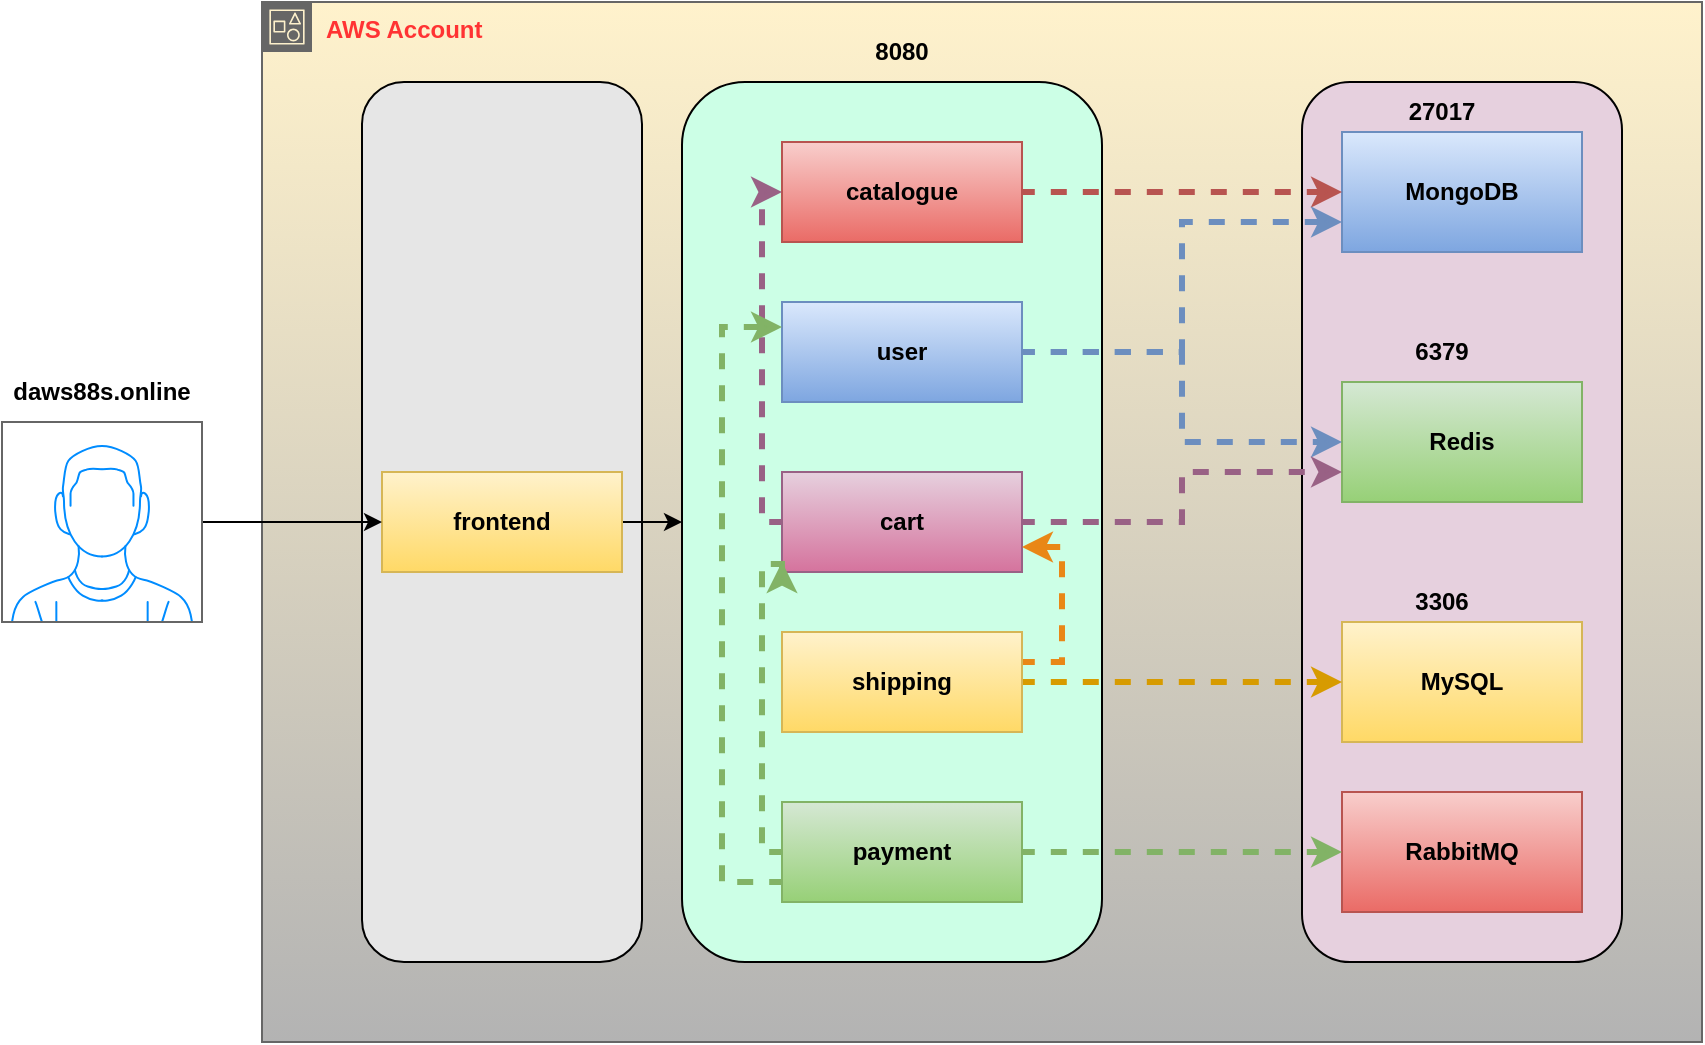
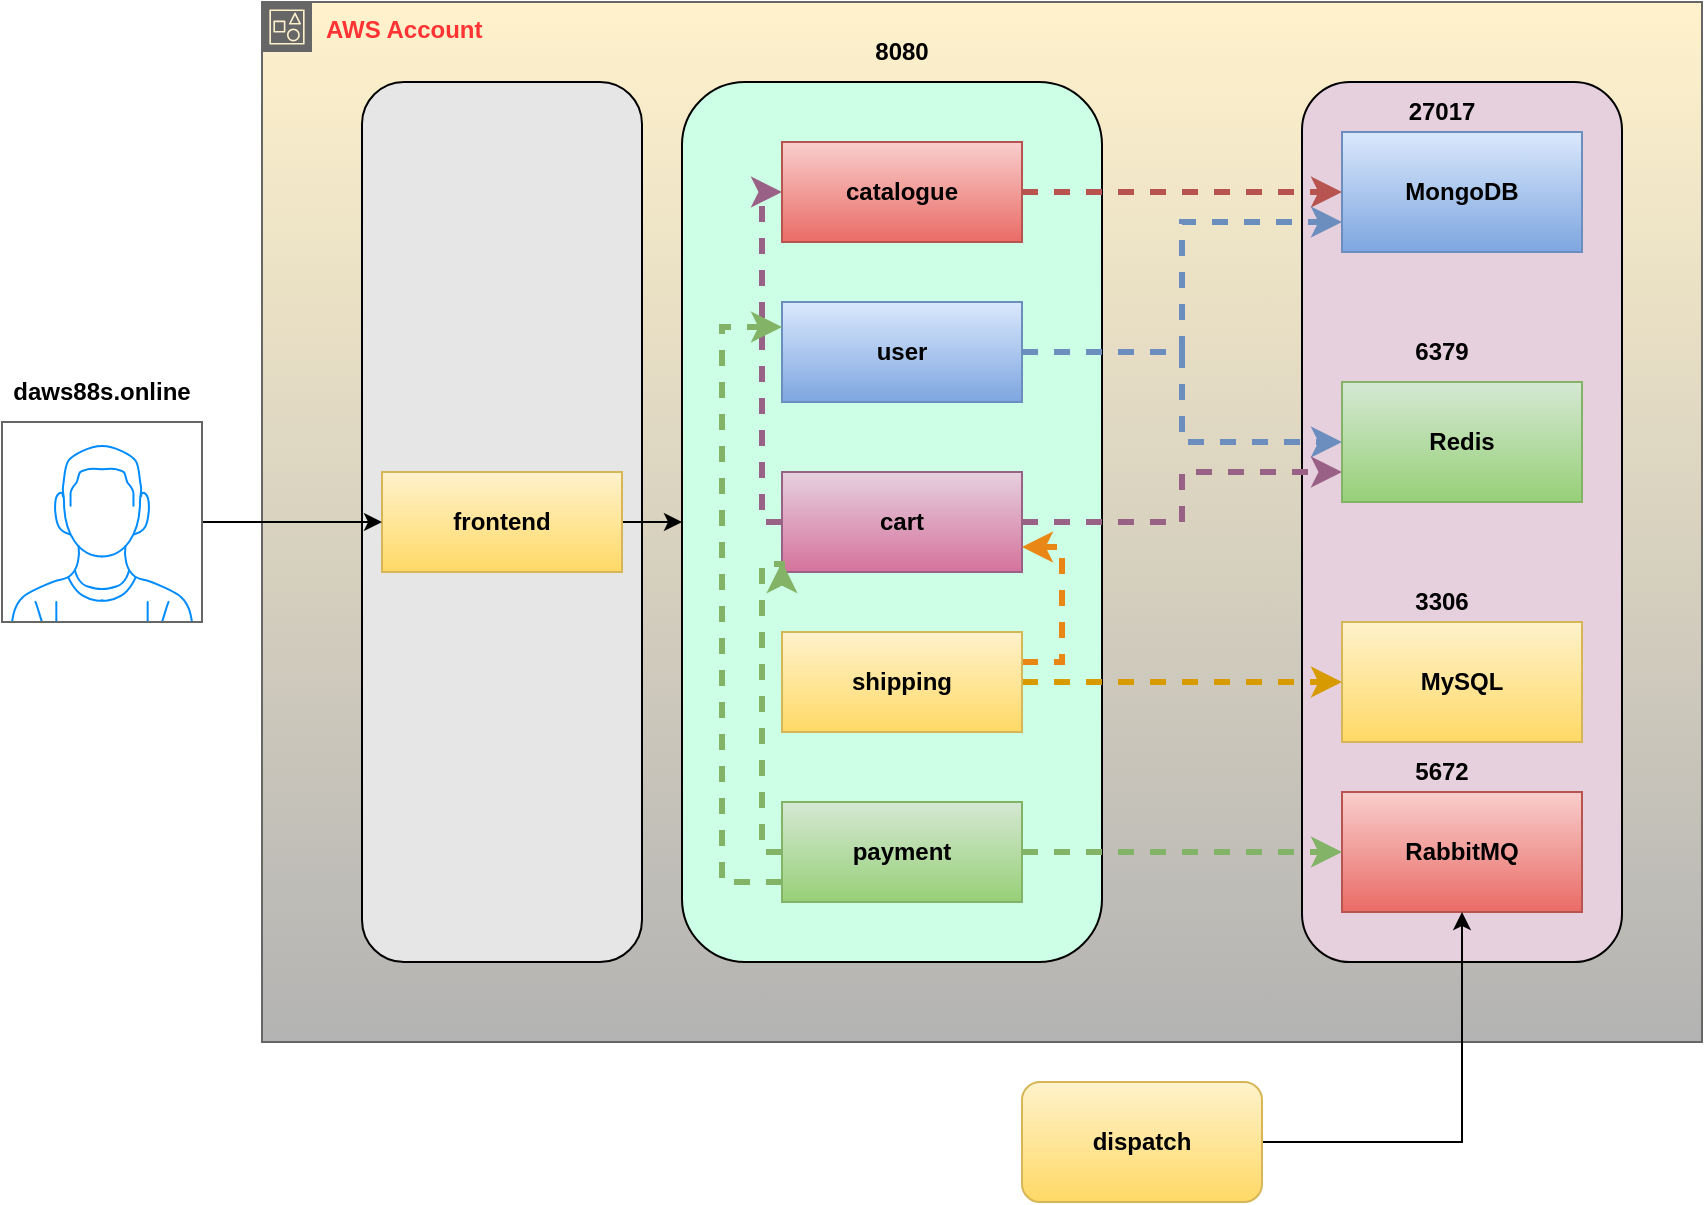
<mxfile host="app.diagrams.net">
  <diagram name="Page-1" id="Q6cz7BkPUwo_-6Wd6KmI">
    <mxGraphModel dx="1880" dy="561" grid="1" gridSize="10" guides="1" tooltips="1" connect="1" arrows="1" fold="1" page="1" pageScale="1" pageWidth="850" pageHeight="1100" math="0" shadow="0">
      <root>
        <mxCell id="0" />
        <mxCell id="1" parent="0" />
        <mxCell id="yFfX2jkDVjn8zwZhOsyz-1" parent="1" style="points=[[0,0],[0.25,0],[0.5,0],[0.75,0],[1,0],[1,0.25],[1,0.5],[1,0.75],[1,1],[0.75,1],[0.5,1],[0.25,1],[0,1],[0,0.75],[0,0.5],[0,0.25]];outlineConnect=0;gradientColor=#b3b3b3;html=1;whiteSpace=wrap;fontSize=12;fontStyle=0;container=1;pointerEvents=0;collapsible=0;recursiveResize=0;shape=mxgraph.aws4.group;grIcon=mxgraph.aws4.group_account;strokeColor=#666666;fillColor=#FFF2CC;verticalAlign=top;align=left;spacingLeft=30;dashed=0;" value="&lt;b&gt;&lt;font style=&quot;color: rgb(255, 51, 51);&quot;&gt;AWS &lt;font style=&quot;color: rgb(255, 51, 51);&quot;&gt;Account&lt;/font&gt;&lt;/font&gt;&lt;/b&gt;" vertex="1">
          <mxGeometry height="520" width="720" x="80" y="40" as="geometry" />
        </mxCell>
        <mxCell id="raT2pW5ffItR5NzOQVXY-1" parent="yFfX2jkDVjn8zwZhOsyz-1" style="rounded=1;whiteSpace=wrap;html=1;fillColor=#E6D0DE;" value="" vertex="1">
          <mxGeometry height="440" width="160" x="520" y="40" as="geometry" />
        </mxCell>
        <mxCell id="raT2pW5ffItR5NzOQVXY-2" parent="yFfX2jkDVjn8zwZhOsyz-1" style="rounded=0;whiteSpace=wrap;html=1;fillColor=#dae8fc;gradientColor=#7ea6e0;strokeColor=#6c8ebf;" value="&lt;b&gt;MongoDB&lt;/b&gt;" vertex="1">
          <mxGeometry height="60" width="120" x="540" y="65" as="geometry" />
        </mxCell>
        <mxCell id="raT2pW5ffItR5NzOQVXY-3" parent="yFfX2jkDVjn8zwZhOsyz-1" style="rounded=0;whiteSpace=wrap;html=1;fillColor=#d5e8d4;gradientColor=#97d077;strokeColor=#82b366;" value="&lt;b&gt;Redis&lt;/b&gt;" vertex="1">
          <mxGeometry height="60" width="120" x="540" y="190" as="geometry" />
        </mxCell>
        <mxCell id="raT2pW5ffItR5NzOQVXY-4" parent="yFfX2jkDVjn8zwZhOsyz-1" style="rounded=0;whiteSpace=wrap;html=1;fillColor=#fff2cc;gradientColor=#ffd966;strokeColor=#d6b656;" value="&lt;b&gt;MySQL&lt;/b&gt;" vertex="1">
          <mxGeometry height="60" width="120" x="540" y="310" as="geometry" />
        </mxCell>
        <mxCell id="raT2pW5ffItR5NzOQVXY-5" parent="yFfX2jkDVjn8zwZhOsyz-1" style="rounded=0;whiteSpace=wrap;html=1;fillColor=#f8cecc;gradientColor=#ea6b66;strokeColor=#b85450;" value="&lt;b&gt;RabbitMQ&lt;/b&gt;" vertex="1">
          <mxGeometry height="60" width="120" x="540" y="395" as="geometry" />
        </mxCell>
        <mxCell id="raT2pW5ffItR5NzOQVXY-6" parent="yFfX2jkDVjn8zwZhOsyz-1" style="rounded=1;whiteSpace=wrap;html=1;fillColor=#CCFFE6;" value="" vertex="1">
          <mxGeometry height="440" width="210" x="210" y="40" as="geometry" />
        </mxCell>
        <mxCell id="raT2pW5ffItR5NzOQVXY-14" edge="1" parent="yFfX2jkDVjn8zwZhOsyz-1" source="raT2pW5ffItR5NzOQVXY-7" style="edgeStyle=orthogonalEdgeStyle;rounded=0;orthogonalLoop=1;jettySize=auto;html=1;fillColor=#f8cecc;gradientColor=#ea6b66;strokeColor=#b85450;strokeWidth=3;flowAnimation=1;" target="raT2pW5ffItR5NzOQVXY-2">
          <mxGeometry relative="1" as="geometry" />
        </mxCell>
        <mxCell id="raT2pW5ffItR5NzOQVXY-7" parent="yFfX2jkDVjn8zwZhOsyz-1" style="rounded=0;whiteSpace=wrap;html=1;fillColor=#f8cecc;gradientColor=#ea6b66;strokeColor=#b85450;" value="&lt;b&gt;catalogue&lt;/b&gt;" vertex="1">
          <mxGeometry height="50" width="120" x="260" y="70" as="geometry" />
        </mxCell>
        <mxCell id="raT2pW5ffItR5NzOQVXY-19" edge="1" parent="yFfX2jkDVjn8zwZhOsyz-1" source="raT2pW5ffItR5NzOQVXY-8" style="edgeStyle=orthogonalEdgeStyle;rounded=0;orthogonalLoop=1;jettySize=auto;html=1;entryX=0;entryY=0.5;entryDx=0;entryDy=0;fillColor=#dae8fc;gradientColor=#7ea6e0;strokeColor=#6c8ebf;strokeWidth=3;flowAnimation=1;" target="raT2pW5ffItR5NzOQVXY-3">
          <mxGeometry relative="1" as="geometry" />
        </mxCell>
        <mxCell id="raT2pW5ffItR5NzOQVXY-23" edge="1" parent="yFfX2jkDVjn8zwZhOsyz-1" source="raT2pW5ffItR5NzOQVXY-8" style="edgeStyle=orthogonalEdgeStyle;rounded=0;orthogonalLoop=1;jettySize=auto;html=1;entryX=0;entryY=0.75;entryDx=0;entryDy=0;fillColor=#dae8fc;gradientColor=#7ea6e0;strokeColor=#6c8ebf;strokeWidth=3;flowAnimation=1;" target="raT2pW5ffItR5NzOQVXY-2">
          <mxGeometry relative="1" as="geometry" />
        </mxCell>
        <mxCell id="raT2pW5ffItR5NzOQVXY-8" parent="yFfX2jkDVjn8zwZhOsyz-1" style="rounded=0;whiteSpace=wrap;html=1;fillColor=#dae8fc;gradientColor=#7ea6e0;strokeColor=#6c8ebf;" value="&lt;b&gt;user&lt;/b&gt;" vertex="1">
          <mxGeometry height="50" width="120" x="260" y="150" as="geometry" />
        </mxCell>
        <mxCell id="raT2pW5ffItR5NzOQVXY-24" edge="1" parent="yFfX2jkDVjn8zwZhOsyz-1" source="raT2pW5ffItR5NzOQVXY-9" style="edgeStyle=orthogonalEdgeStyle;rounded=0;orthogonalLoop=1;jettySize=auto;html=1;entryX=0;entryY=0.75;entryDx=0;entryDy=0;fillColor=#e6d0de;gradientColor=#d5739d;strokeColor=#996185;strokeWidth=3;flowAnimation=1;" target="raT2pW5ffItR5NzOQVXY-3">
          <mxGeometry relative="1" as="geometry" />
        </mxCell>
        <mxCell id="Q5M9xrs1RHS0-LPp_XfU-4" edge="1" parent="yFfX2jkDVjn8zwZhOsyz-1" source="raT2pW5ffItR5NzOQVXY-9" style="edgeStyle=orthogonalEdgeStyle;rounded=0;orthogonalLoop=1;jettySize=auto;html=1;entryX=0;entryY=0.5;entryDx=0;entryDy=0;fillColor=#e6d0de;gradientColor=#d5739d;strokeColor=#996185;strokeWidth=3;flowAnimation=1;" target="raT2pW5ffItR5NzOQVXY-7">
          <mxGeometry relative="1" as="geometry">
            <Array as="points">
              <mxPoint x="250" y="260" />
              <mxPoint x="250" y="95" />
            </Array>
          </mxGeometry>
        </mxCell>
        <mxCell id="raT2pW5ffItR5NzOQVXY-9" parent="yFfX2jkDVjn8zwZhOsyz-1" style="rounded=0;whiteSpace=wrap;html=1;fillColor=#e6d0de;gradientColor=#d5739d;strokeColor=#996185;" value="&lt;b&gt;cart&lt;/b&gt;" vertex="1">
          <mxGeometry height="50" width="120" x="260" y="235" as="geometry" />
        </mxCell>
        <mxCell id="Q5M9xrs1RHS0-LPp_XfU-1" edge="1" parent="yFfX2jkDVjn8zwZhOsyz-1" source="raT2pW5ffItR5NzOQVXY-10" style="edgeStyle=orthogonalEdgeStyle;rounded=0;orthogonalLoop=1;jettySize=auto;html=1;fillColor=#ffcd28;gradientColor=#ffa500;strokeColor=#d79b00;strokeWidth=3;flowAnimation=1;" target="raT2pW5ffItR5NzOQVXY-4">
          <mxGeometry relative="1" as="geometry" />
        </mxCell>
        <mxCell id="Q5M9xrs1RHS0-LPp_XfU-6" edge="1" parent="yFfX2jkDVjn8zwZhOsyz-1" source="raT2pW5ffItR5NzOQVXY-10" style="edgeStyle=orthogonalEdgeStyle;rounded=0;orthogonalLoop=1;jettySize=auto;html=1;entryX=1;entryY=0.75;entryDx=0;entryDy=0;strokeColor=light-dark(#e98716, #ededed);strokeWidth=3;flowAnimation=1;" target="raT2pW5ffItR5NzOQVXY-9">
          <mxGeometry relative="1" as="geometry">
            <Array as="points">
              <mxPoint x="400" y="330" />
              <mxPoint x="400" y="273" />
            </Array>
          </mxGeometry>
        </mxCell>
        <mxCell id="raT2pW5ffItR5NzOQVXY-10" parent="yFfX2jkDVjn8zwZhOsyz-1" style="rounded=0;whiteSpace=wrap;html=1;fillColor=#fff2cc;gradientColor=#ffd966;strokeColor=#d6b656;" value="&lt;b&gt;shipping&lt;/b&gt;" vertex="1">
          <mxGeometry height="50" width="120" x="260" y="315" as="geometry" />
        </mxCell>
        <mxCell id="Q5M9xrs1RHS0-LPp_XfU-5" edge="1" parent="yFfX2jkDVjn8zwZhOsyz-1" source="raT2pW5ffItR5NzOQVXY-11" style="edgeStyle=orthogonalEdgeStyle;rounded=0;orthogonalLoop=1;jettySize=auto;html=1;fillColor=#d5e8d4;gradientColor=#97d077;strokeColor=#82b366;strokeWidth=3;flowAnimation=1;" target="raT2pW5ffItR5NzOQVXY-5">
          <mxGeometry relative="1" as="geometry" />
        </mxCell>
        <mxCell id="Q5M9xrs1RHS0-LPp_XfU-8" edge="1" parent="yFfX2jkDVjn8zwZhOsyz-1" source="raT2pW5ffItR5NzOQVXY-11" style="edgeStyle=orthogonalEdgeStyle;rounded=0;orthogonalLoop=1;jettySize=auto;html=1;entryX=0;entryY=0.25;entryDx=0;entryDy=0;fillColor=#d5e8d4;gradientColor=#97d077;strokeColor=#82b366;strokeWidth=3;flowAnimation=1;" target="raT2pW5ffItR5NzOQVXY-8">
          <mxGeometry relative="1" as="geometry">
            <Array as="points">
              <mxPoint x="230" y="440" />
              <mxPoint x="230" y="163" />
            </Array>
          </mxGeometry>
        </mxCell>
        <mxCell id="raT2pW5ffItR5NzOQVXY-11" parent="yFfX2jkDVjn8zwZhOsyz-1" style="rounded=0;whiteSpace=wrap;html=1;fillColor=#d5e8d4;gradientColor=#97d077;strokeColor=#82b366;" value="&lt;b&gt;payment&lt;/b&gt;" vertex="1">
          <mxGeometry height="50" width="120" x="260" y="400" as="geometry" />
        </mxCell>
        <mxCell id="raT2pW5ffItR5NzOQVXY-12" parent="yFfX2jkDVjn8zwZhOsyz-1" style="rounded=1;whiteSpace=wrap;html=1;fillColor=#E6E6E6;" value="" vertex="1">
          <mxGeometry height="440" width="140" x="50" y="40" as="geometry" />
        </mxCell>
        <mxCell id="raT2pW5ffItR5NzOQVXY-17" edge="1" parent="yFfX2jkDVjn8zwZhOsyz-1" source="raT2pW5ffItR5NzOQVXY-13" style="edgeStyle=orthogonalEdgeStyle;rounded=0;orthogonalLoop=1;jettySize=auto;html=1;entryX=0;entryY=0.5;entryDx=0;entryDy=0;" target="raT2pW5ffItR5NzOQVXY-6">
          <mxGeometry relative="1" as="geometry" />
        </mxCell>
        <mxCell id="raT2pW5ffItR5NzOQVXY-13" parent="yFfX2jkDVjn8zwZhOsyz-1" style="rounded=0;whiteSpace=wrap;html=1;fillColor=#fff2cc;gradientColor=#ffd966;strokeColor=#d6b656;" value="&lt;b&gt;frontend&lt;/b&gt;" vertex="1">
          <mxGeometry height="50" width="120" x="60" y="235" as="geometry" />
        </mxCell>
        <mxCell id="raT2pW5ffItR5NzOQVXY-15" parent="yFfX2jkDVjn8zwZhOsyz-1" style="text;html=1;whiteSpace=wrap;strokeColor=none;fillColor=none;align=center;verticalAlign=middle;rounded=0;" value="&lt;b&gt;27017&lt;/b&gt;" vertex="1">
          <mxGeometry height="30" width="60" x="560" y="40" as="geometry" />
        </mxCell>
        <mxCell id="raT2pW5ffItR5NzOQVXY-18" parent="yFfX2jkDVjn8zwZhOsyz-1" style="text;html=1;whiteSpace=wrap;strokeColor=none;fillColor=none;align=center;verticalAlign=middle;rounded=0;" value="&lt;b&gt;8080&lt;/b&gt;" vertex="1">
          <mxGeometry height="30" width="60" x="290" y="10" as="geometry" />
        </mxCell>
        <mxCell id="raT2pW5ffItR5NzOQVXY-21" parent="yFfX2jkDVjn8zwZhOsyz-1" style="text;html=1;whiteSpace=wrap;strokeColor=none;fillColor=none;align=center;verticalAlign=middle;rounded=0;" value="&lt;b&gt;6379&lt;/b&gt;" vertex="1">
          <mxGeometry height="30" width="60" x="560" y="160" as="geometry" />
        </mxCell>
        <mxCell id="Q5M9xrs1RHS0-LPp_XfU-3" parent="yFfX2jkDVjn8zwZhOsyz-1" style="text;html=1;whiteSpace=wrap;strokeColor=none;fillColor=none;align=center;verticalAlign=middle;rounded=0;" value="&lt;b&gt;3306&lt;/b&gt;" vertex="1">
          <mxGeometry height="30" width="60" x="560" y="285" as="geometry" />
        </mxCell>
        <mxCell id="Q5M9xrs1RHS0-LPp_XfU-7" edge="1" parent="yFfX2jkDVjn8zwZhOsyz-1" source="raT2pW5ffItR5NzOQVXY-11" style="edgeStyle=orthogonalEdgeStyle;rounded=0;orthogonalLoop=1;jettySize=auto;html=1;fillColor=#d5e8d4;gradientColor=#97d077;strokeColor=#82b366;strokeWidth=3;flowAnimation=1;">
          <mxGeometry relative="1" as="geometry">
            <Array as="points">
              <mxPoint x="250" y="425" />
              <mxPoint x="250" y="281" />
            </Array>
            <mxPoint x="260" y="280" as="targetPoint" />
          </mxGeometry>
        </mxCell>
+         <mxCell id="kCiXmbT8TULzxmeFCjQ7-1" parent="yFfX2jkDVjn8zwZhOsyz-1" style="text;html=1;whiteSpace=wrap;strokeColor=none;fillColor=none;align=center;verticalAlign=middle;rounded=0;" value="&lt;b&gt;5672&lt;/b&gt;" vertex="1">
+           <mxGeometry height="30" width="60" x="560" y="370" as="geometry" />
+         </mxCell>
        <mxCell id="raT2pW5ffItR5NzOQVXY-26" edge="1" parent="1" source="raT2pW5ffItR5NzOQVXY-25" style="edgeStyle=orthogonalEdgeStyle;rounded=0;orthogonalLoop=1;jettySize=auto;html=1;" target="raT2pW5ffItR5NzOQVXY-13">
          <mxGeometry relative="1" as="geometry" />
        </mxCell>
        <mxCell id="raT2pW5ffItR5NzOQVXY-25" parent="1" style="verticalLabelPosition=bottom;shadow=0;dashed=0;align=center;html=1;verticalAlign=top;strokeWidth=1;shape=mxgraph.mockup.containers.userMale;strokeColor=#666666;strokeColor2=#008cff;" value="" vertex="1">
          <mxGeometry height="100" width="100" x="-50" y="250" as="geometry" />
        </mxCell>
        <mxCell id="raT2pW5ffItR5NzOQVXY-27" parent="1" style="text;html=1;whiteSpace=wrap;strokeColor=none;fillColor=none;align=center;verticalAlign=middle;rounded=0;" value="&lt;b&gt;daws88s.online&lt;/b&gt;" vertex="1">
          <mxGeometry height="30" width="60" x="-30" y="220" as="geometry" />
        </mxCell>
+         <mxCell id="kCiXmbT8TULzxmeFCjQ7-3" edge="1" parent="1" source="kCiXmbT8TULzxmeFCjQ7-2" style="edgeStyle=orthogonalEdgeStyle;rounded=0;orthogonalLoop=1;jettySize=auto;html=1;entryX=0.5;entryY=1;entryDx=0;entryDy=0;" target="raT2pW5ffItR5NzOQVXY-5">
+           <mxGeometry relative="1" as="geometry" />
+         </mxCell>
+         <mxCell id="kCiXmbT8TULzxmeFCjQ7-2" parent="1" style="rounded=1;whiteSpace=wrap;html=1;fillColor=#fff2cc;gradientColor=#ffd966;strokeColor=#d6b656;" value="&lt;b&gt;dispatch&lt;/b&gt;" vertex="1">
+           <mxGeometry height="60" width="120" x="460" y="580" as="geometry" />
+         </mxCell>
      </root>
    </mxGraphModel>
  </diagram>
</mxfile>
